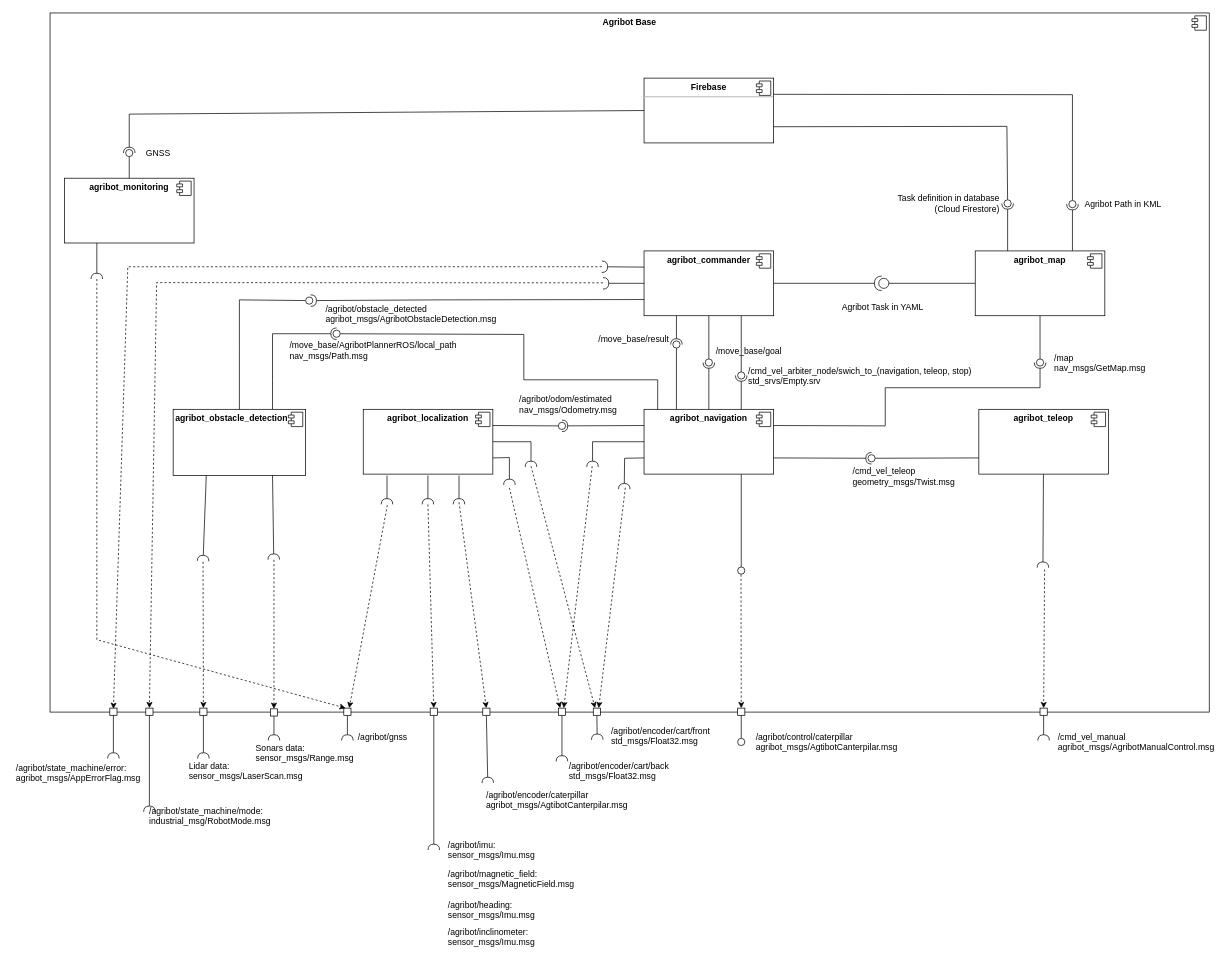
Above: doc/architecture.drawio in agribot-2-0/agribot_base (draw.io), before the change. Source tidied: cells renumbered, new cells numbered last; positions are measured from the earlier drawing's top-left corner, leaving out a move shared by most shapes. Both pictures are drawn from the tidied source at 72%, with x=0, y=0 at pixel (12, 12).
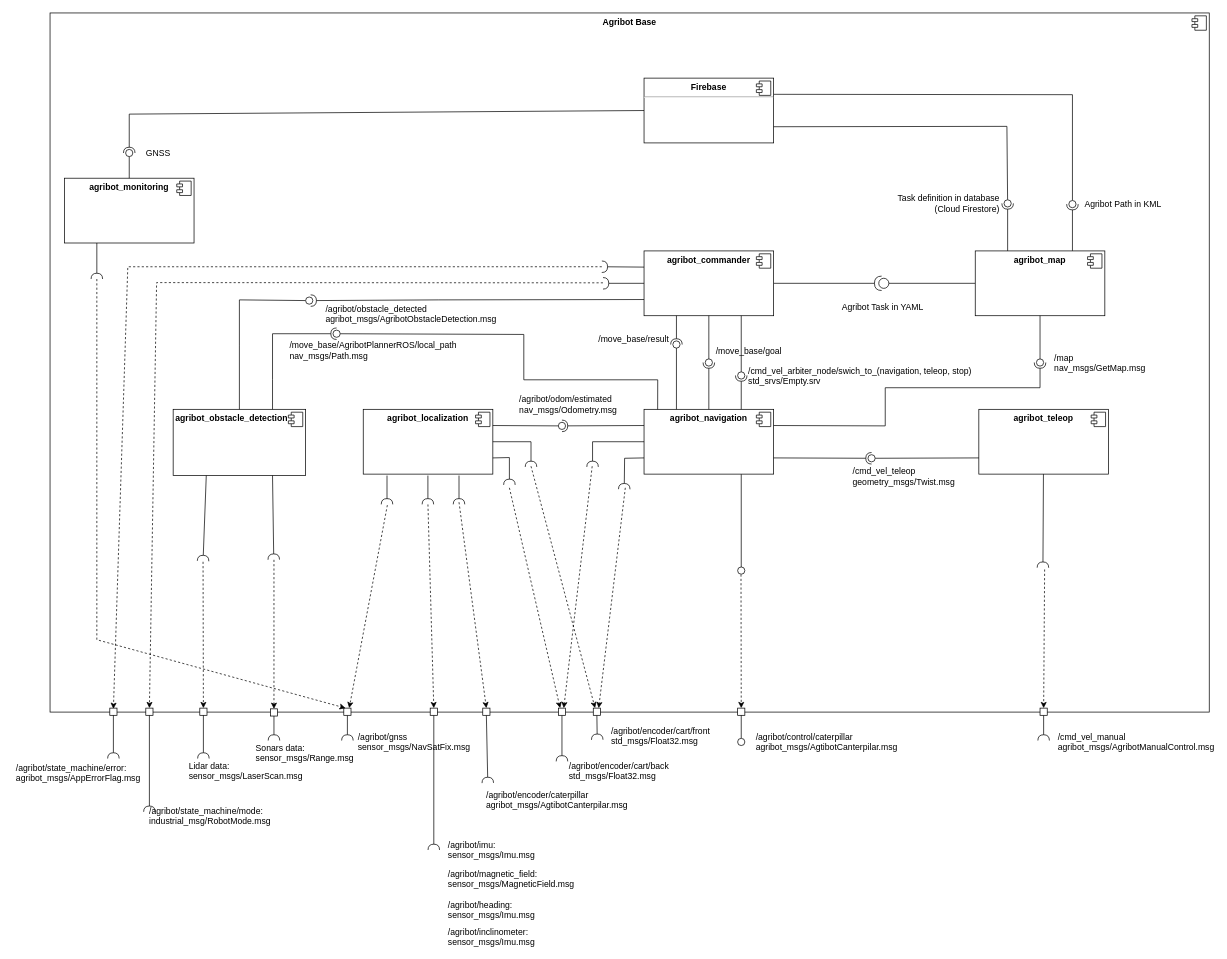
The same page after the edit.

Commit message (it also covers changes not shown here):
Add msg type to /agribot/gnss

What changed in the source:
```diff
@@
-    <mxCell id="58" value="/agribot/gnss&#10;" style="text;align=left;fontStyle=0;verticalAlign=middle;spacingLeft=3;spacingRight=3;strokeColor=none;labelBorderColor=none;" parent="1" vertex="1">
+    <mxCell id="58" value="/agribot/gnss&#10;sensor_msgs/NavSatFix.msg" style="text;align=left;fontStyle=0;verticalAlign=middle;spacingLeft=3;spacingRight=3;strokeColor=none;labelBorderColor=none;" parent="1" vertex="1">
       <mxGeometry x="474.8" y="1000" width="75.2" height="26" as="geometry" />
     </mxCell>
```
